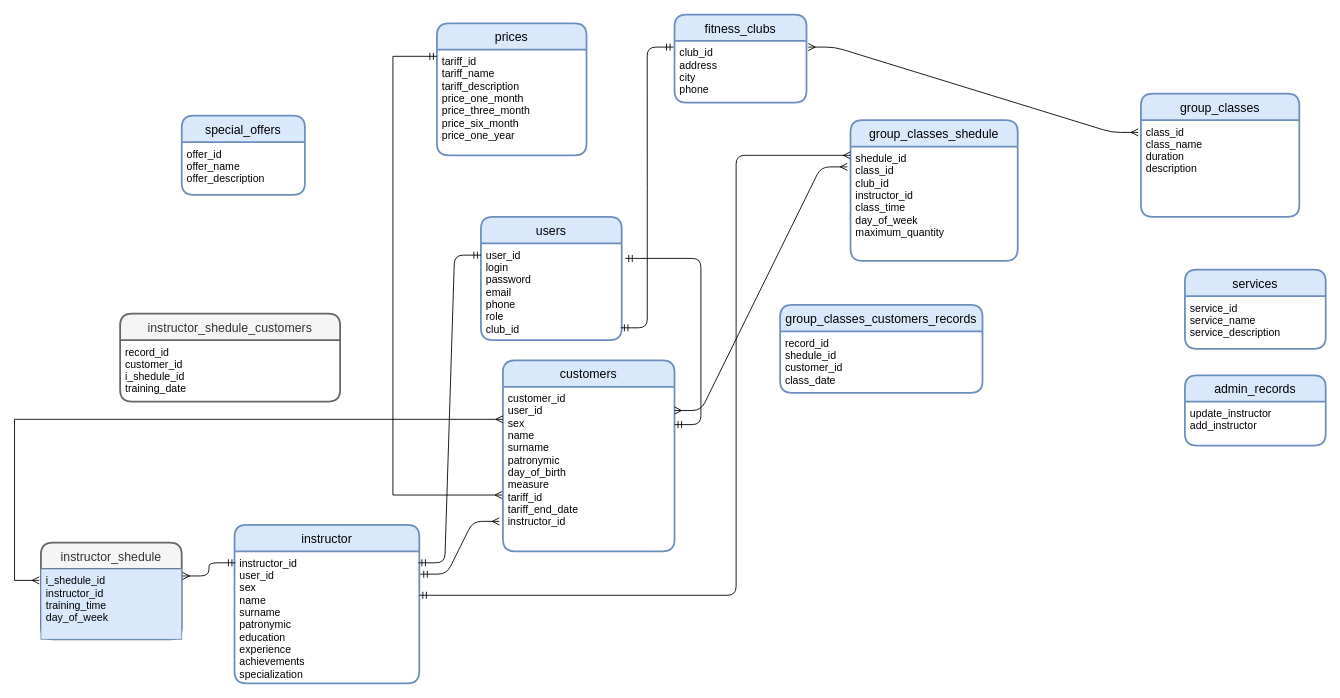
Earlier version of the draw.io diagram course_project_new.drawio (LyubaxaPro/database_course_project). Source tidied: cells renumbered, new cells numbered last; positions are measured from the earlier drawing's top-left corner, leaving out a move shared by most shapes. Both pictures are drawn from the tidied source at 88%, with x=0, y=0 at pixel (14, 14).
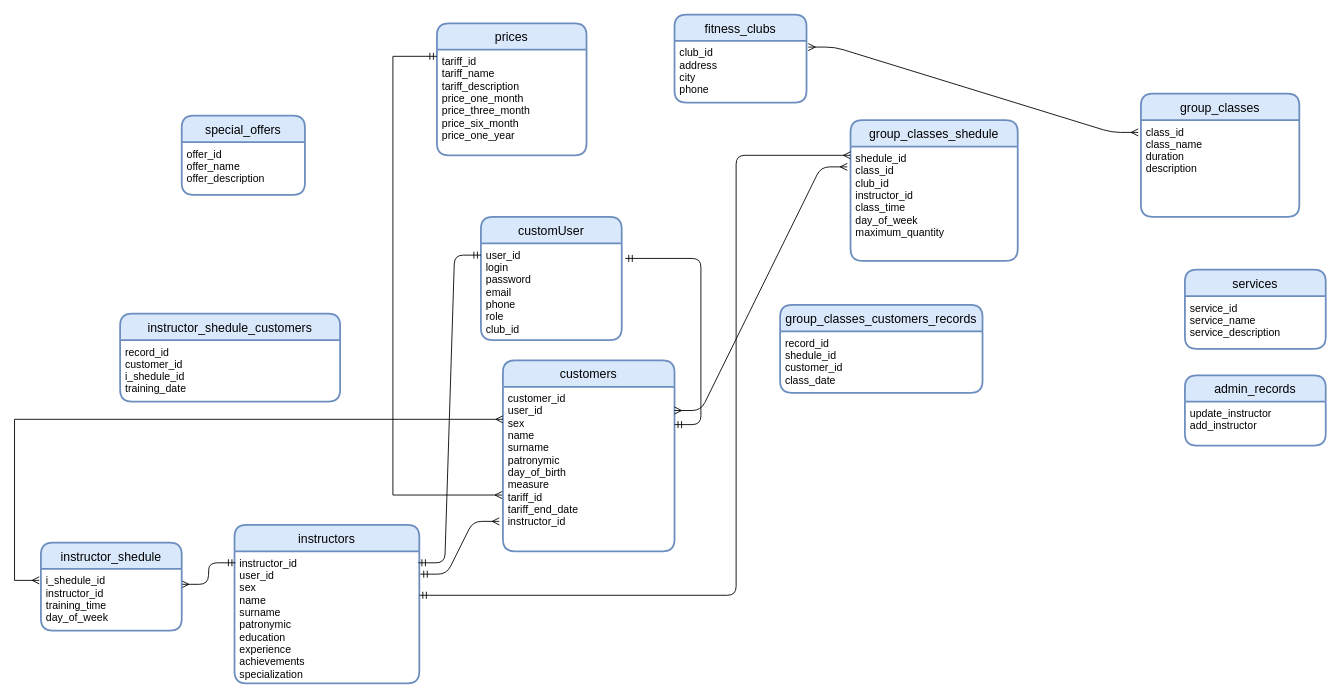
The same page after the edit.

Unchanged cells that the change refers to:
```xml
<mxCell id="3" value="customer_id&#10;user_id&#10;sex&#10;name&#10;surname&#10;patronymic&#10;day_of_birth&#10;measure&#10;tariff_id&#10;tariff_end_date&#10;instructor_id&#10;&#10;" style="align=left;strokeColor=none;fillColor=none;spacingLeft=4;fontSize=12;verticalAlign=top;" parent="2" vertex="1">
  <mxGeometry y="30" width="195" height="187" as="geometry" />
</mxCell>
<mxCell id="5" value="user_id&#10;login&#10;password&#10;email&#10;phone&#10;role&#10;club_id&#10;&#10;&#10;" style="align=left;strokeColor=none;fillColor=none;spacingLeft=4;fontSize=12;verticalAlign=top;" parent="4" vertex="1">
  <mxGeometry y="30" width="160" height="110" as="geometry" />
</mxCell>
<mxCell id="7" value="club_id&#10;address&#10;city&#10;phone&#10;" style="align=left;strokeColor=none;fillColor=none;spacingLeft=4;fontSize=12;verticalAlign=top;" parent="6" vertex="1">
  <mxGeometry y="30" width="150" height="70" as="geometry" />
</mxCell>
<mxCell id="16" value="instructor_id&#10;user_id&#10;sex&#10;name&#10;surname&#10;patronymic&#10;education&#10;experience&#10;achievements&#10;specialization" style="align=left;strokeColor=none;fillColor=none;spacingLeft=4;fontSize=12;verticalAlign=top;" parent="15" vertex="1">
  <mxGeometry y="30" width="210" height="150" as="geometry" />
</mxCell>
```

Change to the diagram source:
```diff
@@
-    <mxCell id="4" value="users" style="swimlane;horizontal=1;startSize=30;rounded=1;fontSize=14;fontStyle=0;strokeWidth=2;shadow=0;dashed=0;align=center;fillColor=#dae8fc;strokeColor=#6c8ebf;" parent="1" vertex="1">
+    <mxCell id="4" value="customUser" style="swimlane;horizontal=1;startSize=30;rounded=1;fontSize=14;fontStyle=0;strokeWidth=2;shadow=0;dashed=0;align=center;fillColor=#dae8fc;strokeColor=#6c8ebf;" parent="1" vertex="1">
       <mxGeometry x="530" y="230" width="160" height="140" as="geometry" />
     </mxCell>
@@
-    <mxCell id="8" style="edgeStyle=entityRelationEdgeStyle;fontSize=12;html=1;endArrow=ERmandOne;startArrow=ERmandOne;entryX=-0.007;entryY=0.1;entryDx=0;entryDy=0;entryPerimeter=0;exitX=0.994;exitY=0.873;exitDx=0;exitDy=0;exitPerimeter=0;" parent="1" edge="1" source="5" target="7">
-      <mxGeometry relative="1" as="geometry" />
-    </mxCell>
@@
-    <mxCell id="15" value="instructor" style="swimlane;horizontal=1;startSize=30;rounded=1;fontSize=14;fontStyle=0;strokeWidth=2;shadow=0;dashed=0;align=center;fillColor=#dae8fc;strokeColor=#6c8ebf;" parent="1" vertex="1">
+    <mxCell id="15" value="instructors" style="swimlane;horizontal=1;startSize=30;rounded=1;fontSize=14;fontStyle=0;strokeWidth=2;shadow=0;dashed=0;align=center;fillColor=#dae8fc;strokeColor=#6c8ebf;" parent="1" vertex="1">
       <mxGeometry x="250" y="580" width="210" height="180" as="geometry" />
     </mxCell>
@@
-    <mxCell id="26" value="instructor_shedule" style="swimlane;horizontal=1;startSize=30;rounded=1;fontSize=14;fontStyle=0;strokeWidth=2;shadow=0;dashed=0;align=center;fillColor=#f5f5f5;strokeColor=#666666;fontColor=#333333;" parent="1" vertex="1">
-      <mxGeometry x="30" y="600" width="160" height="110" as="geometry" />
-    </mxCell>
-    <mxCell id="27" value="i_shedule_id&#10;instructor_id&#10;training_time&#10;day_of_week" style="align=left;strokeColor=#6c8ebf;fillColor=#dae8fc;spacingLeft=4;fontSize=12;verticalAlign=top;" parent="26" vertex="1">
-      <mxGeometry y="30" width="160" height="80" as="geometry" />
-    </mxCell>
-    <mxCell id="28" style="edgeStyle=entityRelationEdgeStyle;fontSize=12;html=1;endArrow=ERmandOne;startArrow=ERmany;entryX=0.005;entryY=0.087;entryDx=0;entryDy=0;entryPerimeter=0;startFill=0;endFill=0;exitX=1.006;exitY=0.1;exitDx=0;exitDy=0;exitPerimeter=0;" parent="1" edge="1" source="27" target="16">
+    <mxCell id="28" style="edgeStyle=entityRelationEdgeStyle;fontSize=12;html=1;endArrow=ERmandOne;startArrow=ERmany;entryX=0.005;entryY=0.087;entryDx=0;entryDy=0;entryPerimeter=0;startFill=0;endFill=0;exitX=1;exitY=0.25;exitDx=0;exitDy=0;" parent="1" edge="1" source="27" target="16">
       <mxGeometry relative="1" as="geometry" />
     </mxCell>
-    <mxCell id="29" value="instructor_shedule_customers" style="swimlane;horizontal=1;startSize=30;rounded=1;fontSize=14;fontStyle=0;strokeWidth=2;shadow=0;dashed=0;align=center;fillColor=#f5f5f5;strokeColor=#666666;fontColor=#333333;" parent="1" vertex="1">
+    <mxCell id="29" value="instructor_shedule_customers" style="swimlane;horizontal=1;startSize=30;rounded=1;fontSize=14;fontStyle=0;strokeWidth=2;shadow=0;dashed=0;align=center;fillColor=#dae8fc;strokeColor=#6c8ebf;" parent="1" vertex="1">
       <mxGeometry x="120" y="340" width="250" height="100" as="geometry" />
     </mxCell>
@@
-    <mxCell id="31" style="edgeStyle=orthogonalEdgeStyle;rounded=0;jettySize=auto;html=1;exitX=-0.012;exitY=0.163;exitDx=0;exitDy=0;startArrow=ERmany;startFill=0;endArrow=ERmany;endFill=0;exitPerimeter=0;" parent="1" edge="1" source="27" target="3">
+    <mxCell id="31" style="edgeStyle=orthogonalEdgeStyle;rounded=0;jettySize=auto;html=1;exitX=-0.012;exitY=0.163;exitDx=0;exitDy=0;startArrow=ERmany;startFill=0;endArrow=ERmany;endFill=0;exitPerimeter=0;" parent="1" edge="1" target="3">
       <mxGeometry relative="1" as="geometry">
+        <mxPoint x="28.1" y="643" as="sourcePoint" />
         <Array as="points">
           <mxPoint y="643" />
           <mxPoint y="460" />
         </Array>
       </mxGeometry>
     </mxCell>
@@
+    <mxCell id="26" value="instructor_shedule" style="swimlane;horizontal=1;startSize=30;rounded=1;fontSize=14;fontStyle=0;strokeWidth=2;shadow=0;dashed=0;align=center;fillColor=#dae8fc;strokeColor=#6c8ebf;" parent="1" vertex="1">
+      <mxGeometry x="30" y="600" width="160" height="100" as="geometry" />
+    </mxCell>
+    <mxCell id="27" value="i_shedule_id&#10;instructor_id&#10;training_time&#10;day_of_week" style="align=left;strokeColor=none;fillColor=none;spacingLeft=4;fontSize=12;verticalAlign=top;" parent="26" vertex="1">
+      <mxGeometry y="30" width="160" height="70" as="geometry" />
+    </mxCell>
```
